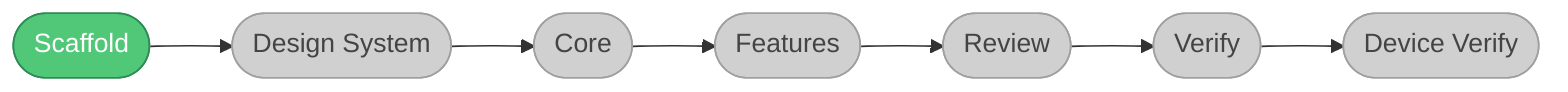
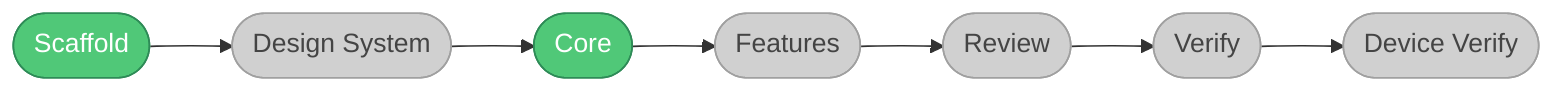
flowchart LR
    S([Scaffold]):::done
    DS([Design System]):::todo
-     C([Core]):::todo
+     C([Core]):::done
    F([Features]):::todo
    R([Review]):::todo
    V([Verify]):::todo
    DV([Device Verify]):::todo

    S --> DS --> C --> F --> R --> V --> DV

    classDef done fill:#50C878,stroke:#2E8B57,color:#fff
    classDef todo fill:#D0D0D0,stroke:#A0A0A0,color:#444
